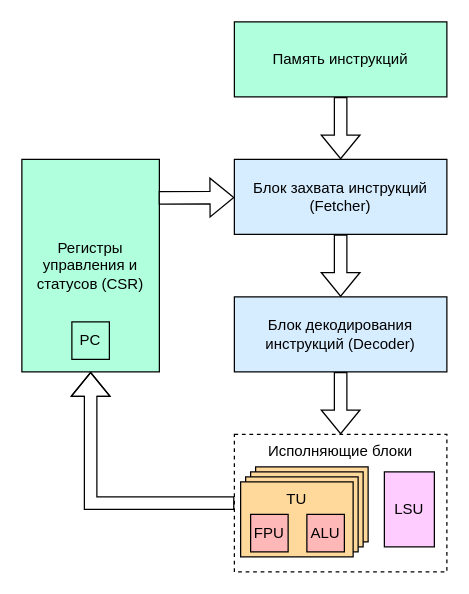
Above: docs/starukhin_dissertation/images/svg/decfetexe.drawio in HaMeNopeDiot/hardware_gpu (draw.io), before the change. Source tidied: cells renumbered, new cells numbered last; positions are measured from the earlier drawing's top-left corner, leaving out a move shared by most shapes. Both pictures are drawn from the tidied source at 125%, with x=0, y=0 at pixel (21, 21).
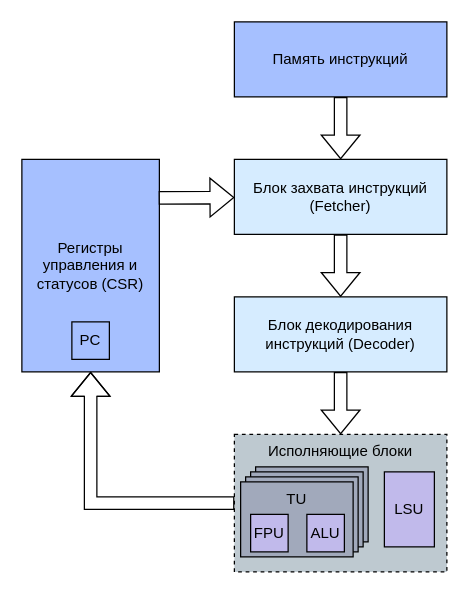
The same page after the edit.

Diff of the diagram source:
```diff
@@
 <mxGraphModel>
   <root>
     <mxCell id="0" />
     <mxCell id="1" parent="0" />
-    <mxCell id="2" value="Исполняющие блоки" style="rounded=0;whiteSpace=wrap;html=1;fillColor=default;dashed=1;verticalAlign=top;" parent="1" vertex="1">
+    <mxCell id="2" value="Исполняющие блоки" style="rounded=0;whiteSpace=wrap;html=1;fillColor=#BEC9D0;dashed=1;verticalAlign=top;" parent="1" vertex="1">
       <mxGeometry x="170" y="330" width="170" height="110" as="geometry" />
     </mxCell>
-    <mxCell id="3" style="rounded=0;whiteSpace=wrap;html=1;verticalAlign=top;gradientColor=none;gradientDirection=east;fillColor=#FFD99C;" parent="1" vertex="1">
+    <mxCell id="3" style="rounded=0;whiteSpace=wrap;html=1;verticalAlign=top;gradientColor=none;gradientDirection=east;fillColor=#A1A9BB;" parent="1" vertex="1">
       <mxGeometry x="187" y="356" width="90" height="60" as="geometry" />
     </mxCell>
-    <mxCell id="4" style="rounded=0;whiteSpace=wrap;html=1;verticalAlign=top;gradientColor=none;gradientDirection=east;fillColor=#FFD99C;" parent="1" vertex="1">
+    <mxCell id="4" style="rounded=0;whiteSpace=wrap;html=1;verticalAlign=top;gradientColor=none;gradientDirection=east;fillColor=#A1A9BB;" parent="1" vertex="1">
       <mxGeometry x="183" y="360" width="90" height="60" as="geometry" />
     </mxCell>
-    <mxCell id="5" style="rounded=0;whiteSpace=wrap;html=1;verticalAlign=top;gradientColor=none;gradientDirection=east;fillColor=#FFD99C;" parent="1" vertex="1">
+    <mxCell id="5" style="rounded=0;whiteSpace=wrap;html=1;verticalAlign=top;gradientColor=none;gradientDirection=east;fillColor=#A1A9BB;" parent="1" vertex="1">
       <mxGeometry x="179" y="364" width="90" height="60" as="geometry" />
     </mxCell>
-    <mxCell id="6" value="Память инструкций" style="rounded=0;whiteSpace=wrap;html=1;gradientColor=none;gradientDirection=east;fillColor=#B0FFDD;" parent="1" vertex="1">
+    <mxCell id="6" value="Память инструкций" style="rounded=0;whiteSpace=wrap;html=1;gradientColor=none;gradientDirection=east;fillColor=#A6C0FF;" parent="1" vertex="1">
       <mxGeometry x="170" width="170" height="60" as="geometry" />
     </mxCell>
-    <mxCell id="7" value="TU" style="rounded=0;whiteSpace=wrap;html=1;verticalAlign=top;gradientColor=none;gradientDirection=east;fillColor=#FFD99C;" parent="1" vertex="1">
+    <mxCell id="7" value="TU" style="rounded=0;whiteSpace=wrap;html=1;verticalAlign=top;gradientColor=none;gradientDirection=east;fillColor=#A1A9BB;" parent="1" vertex="1">
       <mxGeometry x="175" y="368" width="90" height="60" as="geometry" />
     </mxCell>
     <mxCell id="8" value="Блок захвата инструкций (Fetcher)" style="rounded=0;whiteSpace=wrap;html=1;gradientColor=none;gradientDirection=east;fillColor=#D6ECFF;" parent="1" vertex="1">
       <mxGeometry x="170" y="110" width="170" height="60" as="geometry" />
     </mxCell>
     <mxCell id="9" value="Блок декодирования инструкций (Decoder)" style="rounded=0;whiteSpace=wrap;html=1;gradientColor=none;gradientDirection=east;fillColor=#D6ECFF;" parent="1" vertex="1">
       <mxGeometry x="170" y="220" width="170" height="60" as="geometry" />
     </mxCell>
-    <mxCell id="10" value="FPU" style="rounded=0;whiteSpace=wrap;html=1;gradientColor=none;gradientDirection=east;fillColor=#FFB8B8;" parent="1" vertex="1">
+    <mxCell id="10" value="FPU" style="rounded=0;whiteSpace=wrap;html=1;gradientColor=none;gradientDirection=east;fillColor=#C1BAEB;" parent="1" vertex="1">
       <mxGeometry x="183" y="394" width="30" height="30" as="geometry" />
     </mxCell>
-    <mxCell id="11" value="ALU" style="rounded=0;whiteSpace=wrap;html=1;gradientColor=none;gradientDirection=east;fillColor=#FFB8B8;" parent="1" vertex="1">
+    <mxCell id="11" value="ALU" style="rounded=0;whiteSpace=wrap;html=1;gradientColor=none;gradientDirection=east;fillColor=#C1BAEB;" parent="1" vertex="1">
       <mxGeometry x="228" y="394" width="30" height="30" as="geometry" />
     </mxCell>
-    <mxCell id="12" value="LSU" style="rounded=0;whiteSpace=wrap;html=1;gradientColor=none;gradientDirection=east;fillColor=#FFCCFF;" parent="1" vertex="1">
+    <mxCell id="12" value="LSU" style="rounded=0;whiteSpace=wrap;html=1;gradientColor=none;gradientDirection=east;fillColor=#C1BAEB;" parent="1" vertex="1">
       <mxGeometry x="290" y="360" width="40" height="60" as="geometry" />
     </mxCell>
     <mxCell id="13" style="shape=flexArrow;endArrow=classic;html=1;rounded=0;fillColor=default;" parent="1" edge="1" source="8" target="9">
       <mxGeometry relative="1" as="geometry" />
     </mxCell>
     <mxCell id="14" style="shape=flexArrow;endArrow=classic;html=1;rounded=0;fillColor=default;" parent="1" edge="1" source="6" target="8">
       <mxGeometry relative="1" as="geometry" />
     </mxCell>
     <mxCell id="15" style="shape=flexArrow;endArrow=classic;html=1;rounded=0;fillColor=default;" parent="1" edge="1" source="9" target="2">
       <mxGeometry relative="1" as="geometry" />
     </mxCell>
-    <mxCell id="16" value="Регистры управления и статусов (CSR)" style="rounded=0;whiteSpace=wrap;html=1;verticalAlign=middle;gradientColor=none;gradientDirection=east;fillColor=#B0FFDD;" parent="1" vertex="1">
+    <mxCell id="16" value="Регистры управления и статусов (CSR)" style="rounded=0;whiteSpace=wrap;html=1;verticalAlign=middle;gradientColor=none;gradientDirection=east;fillColor=#A6C0FF;" parent="1" vertex="1">
       <mxGeometry y="110" width="110" height="170" as="geometry" />
     </mxCell>
     <mxCell id="17" style="shape=flexArrow;endArrow=classic;html=1;rounded=0;edgeStyle=orthogonalEdgeStyle;fillColor=default;" parent="1" edge="1" source="2" target="16">
       <mxGeometry relative="1" as="geometry" />
     </mxCell>
-    <mxCell id="18" value="PC" style="rounded=0;whiteSpace=wrap;html=1;gradientColor=none;gradientDirection=east;fillColor=#B0FFDD;" parent="1" vertex="1">
+    <mxCell id="18" value="PC" style="rounded=0;whiteSpace=wrap;html=1;gradientColor=none;gradientDirection=east;fillColor=#A6C0FF;" parent="1" vertex="1">
       <mxGeometry x="40" y="240" width="30" height="30" as="geometry" />
     </mxCell>
     <mxCell id="19" style="shape=flexArrow;endArrow=classic;html=1;rounded=0;exitX=0.995;exitY=0.181;exitDx=0;exitDy=0;exitPerimeter=0;fillColor=default;" parent="1" edge="1" source="16" target="8">
       <mxGeometry relative="1" as="geometry" />
     </mxCell>
   </root>
 </mxGraphModel>
```
